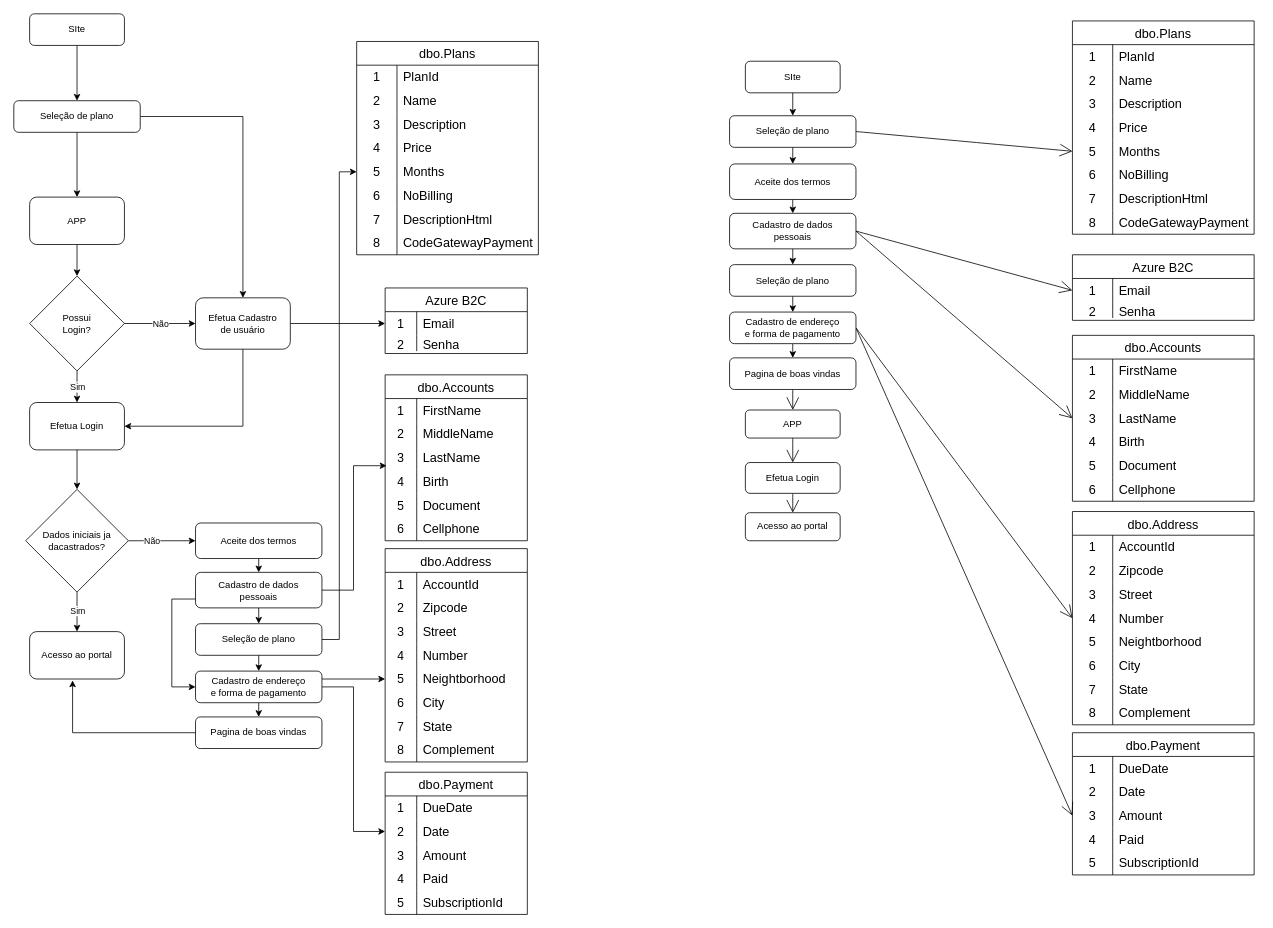
Above: GuardaDigitalLogin.drawio in Leonardocasilva/TestApi (draw.io), before the change. Source tidied: cells renumbered, new cells numbered last; positions are measured from the earlier drawing's top-left corner, leaving out a move shared by most shapes. Both pictures are drawn from the tidied source at 79%, with x=0, y=0 at pixel (13, 13).
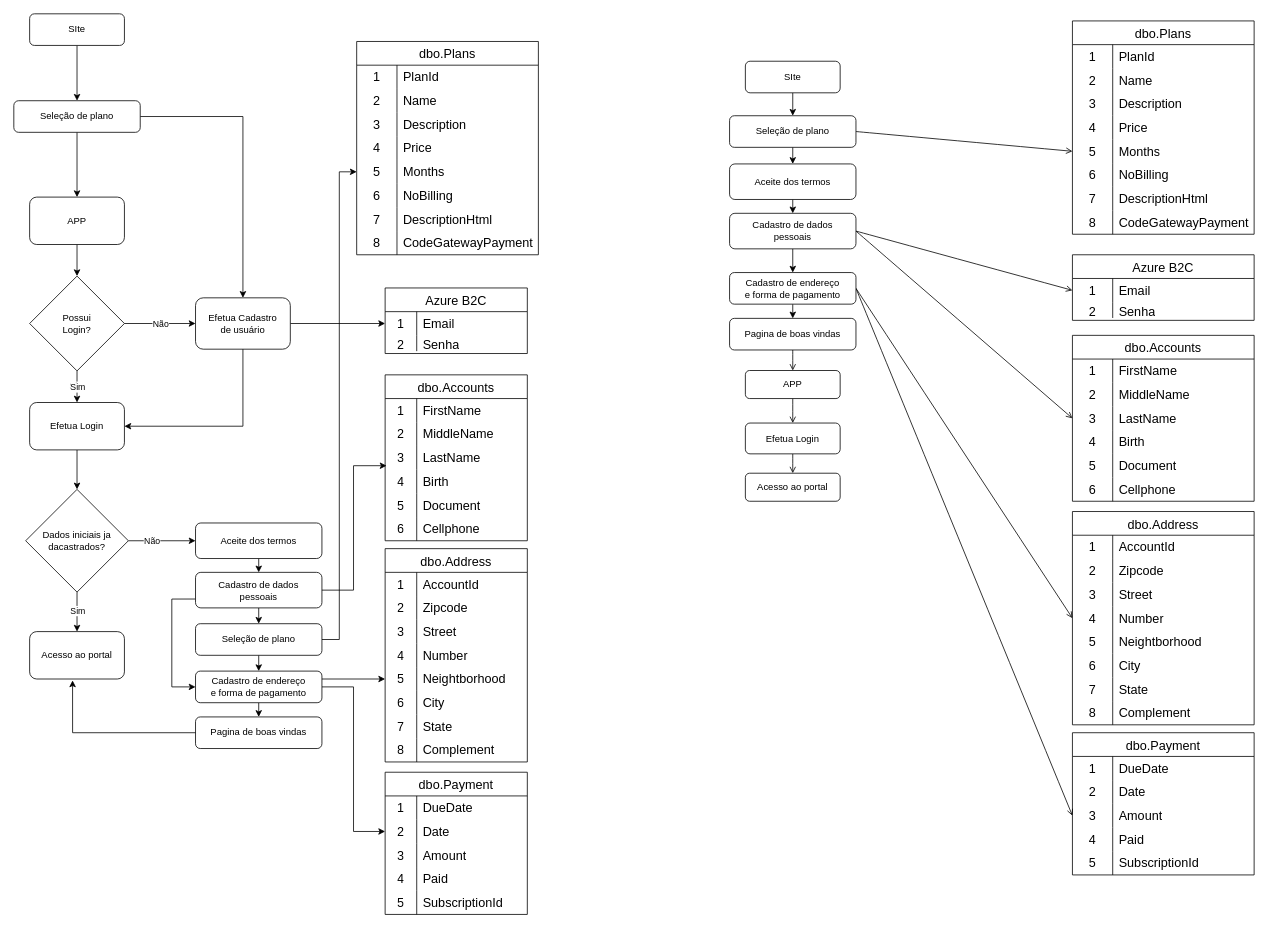
After the change.

Unchanged cells that the change refers to:
```xml
<mxCell id="140" style="shape=tableRow;horizontal=0;startSize=0;swimlaneHead=0;swimlaneBody=0;top=0;left=0;bottom=0;right=0;fillColor=none;points=[[0,0.5],[1,0.5]];portConstraint=eastwest;strokeColor=inherit;fontSize=16;" parent="139" vertex="1">
  <mxGeometry y="30" width="230" height="30" as="geometry" />
</mxCell>
<mxCell id="152" value="Cadastro de dados&lt;br&gt;pessoais" style="rounded=1;whiteSpace=wrap;html=1;" parent="1" vertex="1">
  <mxGeometry x="906" y="252.5" width="160" height="45" as="geometry" />
</mxCell>
<mxCell id="160" style="shape=tableRow;horizontal=0;startSize=0;swimlaneHead=0;swimlaneBody=0;top=0;left=0;bottom=0;right=0;fillColor=none;points=[[0,0.5],[1,0.5]];portConstraint=eastwest;strokeColor=inherit;fontSize=16;" parent="153" vertex="1">
  <mxGeometry y="90" width="230" height="30" as="geometry" />
</mxCell>
<mxCell id="191" style="shape=tableRow;horizontal=0;startSize=0;swimlaneHead=0;swimlaneBody=0;top=0;left=0;bottom=0;right=0;fillColor=none;points=[[0,0.5],[1,0.5]];portConstraint=eastwest;strokeColor=inherit;fontSize=16;" parent="181" vertex="1">
  <mxGeometry y="120" width="230" height="30" as="geometry" />
</mxCell>
<mxCell id="213" style="shape=tableRow;horizontal=0;startSize=0;swimlaneHead=0;swimlaneBody=0;top=0;left=0;bottom=0;right=0;fillColor=none;points=[[0,0.5],[1,0.5]];portConstraint=eastwest;strokeColor=inherit;fontSize=16;" parent="206" vertex="1">
  <mxGeometry y="90" width="230" height="30" as="geometry" />
</mxCell>
<mxCell id="226" value="Seleção de plano" style="rounded=1;whiteSpace=wrap;html=1;" parent="1" vertex="1">
  <mxGeometry x="906" y="129" width="160" height="40" as="geometry" />
</mxCell>
<mxCell id="240" style="shape=tableRow;horizontal=0;startSize=0;swimlaneHead=0;swimlaneBody=0;top=0;left=0;bottom=0;right=0;fillColor=none;points=[[0,0.5],[1,0.5]];portConstraint=eastwest;strokeColor=inherit;fontSize=16;" parent="227" vertex="1">
  <mxGeometry y="150" width="230" height="30" as="geometry" />
</mxCell>
```

What changed in the source:
```diff
@@
-    <mxCell id="137" style="edgeStyle=none;curved=1;rounded=0;jettySize=auto;html=1;exitX=0.5;exitY=1;exitDx=0;exitDy=0;entryX=0.5;entryY=0;entryDx=0;entryDy=0;fontSize=12;endArrow=open;startSize=14;endSize=14;sourcePerimeterSpacing=8;targetPerimeterSpacing=8;" parent="1" edge="1" source="138" target="146">
+    <mxCell id="137" style="edgeStyle=none;curved=1;rounded=0;jettySize=auto;html=1;exitX=0.5;exitY=1;exitDx=0;exitDy=0;entryX=0.5;entryY=0;entryDx=0;entryDy=0;fontSize=12;endArrow=open;sourcePerimeterSpacing=8;targetPerimeterSpacing=8;" parent="1" edge="1" source="138" target="146">
       <mxGeometry relative="1" as="geometry" />
     </mxCell>
     <mxCell id="138" value="Efetua Login" style="rounded=1;whiteSpace=wrap;html=1;" parent="1" vertex="1">
-      <mxGeometry x="926" y="568" width="120" height="39" as="geometry" />
+      <mxGeometry x="926" y="518" width="120" height="39" as="geometry" />
     </mxCell>
@@
     <mxCell id="146" value="Acesso ao portal" style="rounded=1;whiteSpace=wrap;html=1;" parent="1" vertex="1">
-      <mxGeometry x="926" y="631.5" width="120" height="35.5" as="geometry" />
+      <mxGeometry x="926" y="581.5" width="120" height="35.5" as="geometry" />
     </mxCell>
@@
-    <mxCell id="149" style="edgeStyle=orthogonalEdgeStyle;rounded=0;jettySize=auto;html=1;exitX=0.5;exitY=1;exitDx=0;exitDy=0;entryX=0.5;entryY=0;entryDx=0;entryDy=0;" parent="1" edge="1" source="152" target="176">
-      <mxGeometry relative="1" as="geometry" />
-    </mxCell>
-    <mxCell id="150" style="edgeStyle=none;curved=1;rounded=0;jettySize=auto;html=1;exitX=1;exitY=0.5;exitDx=0;exitDy=0;entryX=0;entryY=0.5;entryDx=0;entryDy=0;fontSize=12;endArrow=open;startSize=14;endSize=14;sourcePerimeterSpacing=8;targetPerimeterSpacing=8;" parent="1" edge="1" source="152" target="160">
+    <mxCell id="150" style="edgeStyle=none;curved=1;rounded=0;jettySize=auto;html=1;exitX=1;exitY=0.5;exitDx=0;exitDy=0;entryX=0;entryY=0.5;entryDx=0;entryDy=0;fontSize=12;endArrow=open;sourcePerimeterSpacing=8;targetPerimeterSpacing=8;" parent="1" edge="1" source="152" target="160">
       <mxGeometry relative="1" as="geometry" />
     </mxCell>
-    <mxCell id="151" style="edgeStyle=none;curved=1;rounded=0;jettySize=auto;html=1;exitX=1;exitY=0.5;exitDx=0;exitDy=0;entryX=0;entryY=0.5;entryDx=0;entryDy=0;fontSize=12;endArrow=open;startSize=14;endSize=14;sourcePerimeterSpacing=8;targetPerimeterSpacing=8;" parent="1" edge="1" source="152" target="140">
+    <mxCell id="151" style="edgeStyle=none;curved=1;rounded=0;jettySize=auto;html=1;exitX=1;exitY=0.5;exitDx=0;exitDy=0;entryX=0;entryY=0.5;entryDx=0;entryDy=0;fontSize=12;endArrow=open;sourcePerimeterSpacing=8;targetPerimeterSpacing=8;" parent="1" edge="1" source="152" target="140">
       <mxGeometry relative="1" as="geometry" />
     </mxCell>
+    <mxCell id="254" style="edgeStyle=orthogonalEdgeStyle;rounded=0;jettySize=auto;html=1;exitX=0.5;exitY=1;exitDx=0;exitDy=0;entryX=0.5;entryY=0;entryDx=0;entryDy=0;" parent="1" edge="1" source="152" target="180">
+      <mxGeometry relative="1" as="geometry" />
+    </mxCell>
@@
-    <mxCell id="175" style="edgeStyle=orthogonalEdgeStyle;rounded=0;jettySize=auto;html=1;exitX=0.5;exitY=1;exitDx=0;exitDy=0;entryX=0.5;entryY=0;entryDx=0;entryDy=0;" parent="1" edge="1" source="176" target="180">
-      <mxGeometry relative="1" as="geometry" />
-    </mxCell>
-    <mxCell id="176" value="Seleção de plano" style="rounded=1;whiteSpace=wrap;html=1;" parent="1" vertex="1">
-      <mxGeometry x="906" y="317.5" width="160" height="40" as="geometry" />
-    </mxCell>
@@
-    <mxCell id="178" style="edgeStyle=none;curved=1;rounded=0;jettySize=auto;html=1;exitX=1;exitY=0.5;exitDx=0;exitDy=0;entryX=0;entryY=0.5;entryDx=0;entryDy=0;fontSize=12;endArrow=open;startSize=14;endSize=14;sourcePerimeterSpacing=8;targetPerimeterSpacing=8;" parent="1" edge="1" source="180" target="191">
+    <mxCell id="178" style="edgeStyle=none;curved=1;rounded=0;jettySize=auto;html=1;exitX=1;exitY=0.5;exitDx=0;exitDy=0;entryX=0;entryY=0.5;entryDx=0;entryDy=0;fontSize=12;endArrow=open;sourcePerimeterSpacing=8;targetPerimeterSpacing=8;" parent="1" edge="1" source="180" target="191">
       <mxGeometry relative="1" as="geometry" />
     </mxCell>
-    <mxCell id="179" style="edgeStyle=none;curved=1;rounded=0;jettySize=auto;html=1;exitX=1;exitY=0.5;exitDx=0;exitDy=0;entryX=0;entryY=0.5;entryDx=0;entryDy=0;fontSize=12;endArrow=open;startSize=14;endSize=14;sourcePerimeterSpacing=8;targetPerimeterSpacing=8;" parent="1" edge="1" source="180" target="213">
+    <mxCell id="179" style="edgeStyle=none;curved=1;rounded=0;jettySize=auto;html=1;exitX=1;exitY=0.5;exitDx=0;exitDy=0;entryX=0;entryY=0.5;entryDx=0;entryDy=0;fontSize=12;endArrow=open;sourcePerimeterSpacing=8;targetPerimeterSpacing=8;" parent="1" edge="1" source="180" target="213">
       <mxGeometry relative="1" as="geometry" />
     </mxCell>
     <mxCell id="180" value="Cadastro de endereço&lt;br&gt;e forma de pagamento" style="rounded=1;whiteSpace=wrap;html=1;" parent="1" vertex="1">
-      <mxGeometry x="906" y="377.5" width="160" height="40" as="geometry" />
+      <mxGeometry x="906" y="327.5" width="160" height="40" as="geometry" />
     </mxCell>
@@
-    <mxCell id="222" style="edgeStyle=none;curved=1;rounded=0;jettySize=auto;html=1;exitX=0.5;exitY=1;exitDx=0;exitDy=0;entryX=0.5;entryY=0;entryDx=0;entryDy=0;fontSize=12;endArrow=open;startSize=14;endSize=14;sourcePerimeterSpacing=8;targetPerimeterSpacing=8;" parent="1" edge="1" source="223" target="253">
+    <mxCell id="222" style="edgeStyle=none;curved=1;rounded=0;jettySize=auto;html=1;exitX=0.5;exitY=1;exitDx=0;exitDy=0;entryX=0.5;entryY=0;entryDx=0;entryDy=0;fontSize=12;endArrow=open;sourcePerimeterSpacing=8;targetPerimeterSpacing=8;" parent="1" edge="1" source="223" target="253">
       <mxGeometry relative="1" as="geometry" />
     </mxCell>
     <mxCell id="223" value="Pagina de boas vindas" style="rounded=1;whiteSpace=wrap;html=1;" parent="1" vertex="1">
-      <mxGeometry x="906" y="435.5" width="160" height="40" as="geometry" />
+      <mxGeometry x="906" y="385.5" width="160" height="40" as="geometry" />
     </mxCell>
@@
-    <mxCell id="225" style="edgeStyle=none;curved=1;rounded=0;jettySize=auto;html=1;exitX=1;exitY=0.5;exitDx=0;exitDy=0;entryX=0;entryY=0.5;entryDx=0;entryDy=0;fontSize=12;endArrow=open;startSize=14;endSize=14;sourcePerimeterSpacing=8;targetPerimeterSpacing=8;" parent="1" edge="1" source="226" target="240">
+    <mxCell id="225" style="edgeStyle=none;curved=1;rounded=0;jettySize=auto;html=1;exitX=1;exitY=0.5;exitDx=0;exitDy=0;entryX=0;entryY=0.5;entryDx=0;entryDy=0;fontSize=12;endArrow=open;sourcePerimeterSpacing=8;targetPerimeterSpacing=8;" parent="1" edge="1" source="226" target="240">
       <mxGeometry relative="1" as="geometry" />
     </mxCell>
@@
-    <mxCell id="252" style="edgeStyle=none;curved=1;rounded=0;jettySize=auto;html=1;exitX=0.5;exitY=1;exitDx=0;exitDy=0;entryX=0.5;entryY=0;entryDx=0;entryDy=0;fontSize=12;endArrow=open;startSize=14;endSize=14;sourcePerimeterSpacing=8;targetPerimeterSpacing=8;" parent="1" edge="1" source="253" target="138">
+    <mxCell id="252" style="edgeStyle=none;curved=1;rounded=0;jettySize=auto;html=1;exitX=0.5;exitY=1;exitDx=0;exitDy=0;entryX=0.5;entryY=0;entryDx=0;entryDy=0;fontSize=12;endArrow=open;sourcePerimeterSpacing=8;targetPerimeterSpacing=8;" parent="1" edge="1" source="253" target="138">
       <mxGeometry relative="1" as="geometry" />
     </mxCell>
     <mxCell id="253" value="APP" style="rounded=1;whiteSpace=wrap;html=1;" parent="1" vertex="1">
-      <mxGeometry x="926" y="501.5" width="120" height="35.5" as="geometry" />
+      <mxGeometry x="926" y="451.5" width="120" height="35.5" as="geometry" />
     </mxCell>
```
